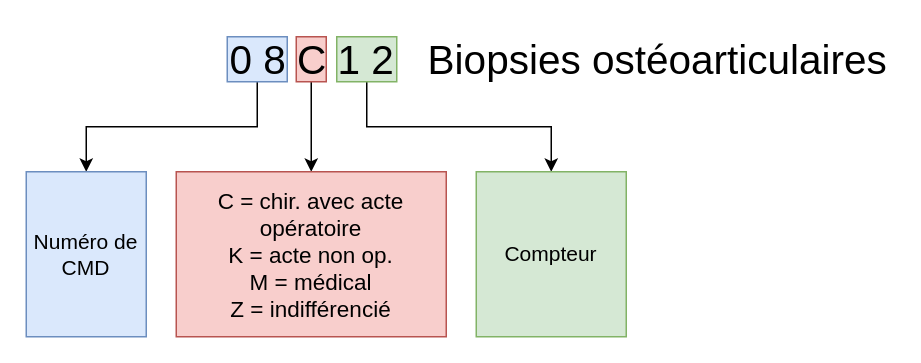
Above: Structure d'un GHM.drawio in eriam/Diagrammes (draw.io), before the change. Source tidied: cells renumbered, new cells numbered last; positions are measured from the earlier drawing's top-left corner, leaving out a move shared by most shapes. Both pictures are drawn from the tidied source at 150%, with x=0, y=0 at pixel (26, 24).
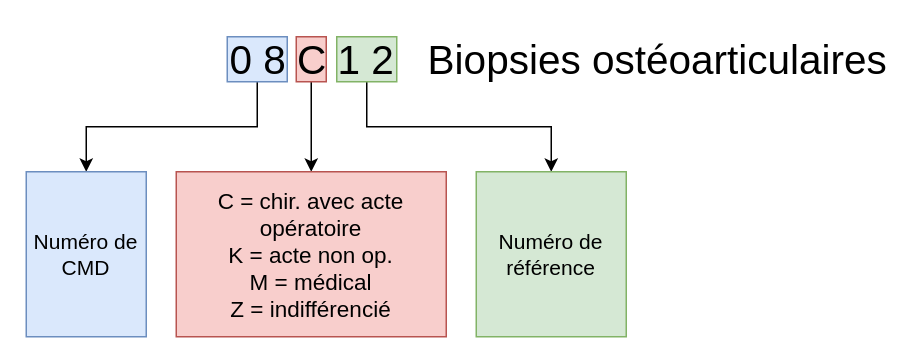
The same diagram, later.

Commit message (it also covers changes not shown here):
Mettre à jour Structure d'un GHM.drawio

The edit, as a diff of the source:
```diff
@@
 <mxGraphModel>
   <root>
     <mxCell id="0" />
     <mxCell id="1" parent="0" />
     <mxCell id="2" style="edgeStyle=orthogonalEdgeStyle;rounded=0;jettySize=auto;html=1;fontSize=27;entryX=0.5;entryY=0;entryDx=0;entryDy=0;" parent="1" edge="1" source="3" target="9">
       <mxGeometry relative="1" as="geometry">
         <Array as="points">
           <mxPoint x="154" y="68" />
           <mxPoint x="40" y="68" />
         </Array>
       </mxGeometry>
     </mxCell>
     <mxCell id="3" style="rounded=0;whiteSpace=wrap;html=1;fontSize=24;fillColor=#dae8fc;strokeColor=#6c8ebf;" parent="1" vertex="1">
       <mxGeometry x="134" y="8" width="40" height="30" as="geometry" />
     </mxCell>
     <mxCell id="4" style="edgeStyle=orthogonalEdgeStyle;rounded=0;jettySize=auto;html=1;fontSize=27;entryX=0.5;entryY=0;entryDx=0;entryDy=0;" parent="1" edge="1" source="5" target="11">
       <mxGeometry relative="1" as="geometry">
         <Array as="points">
           <mxPoint x="227" y="68" />
           <mxPoint x="350" y="68" />
         </Array>
       </mxGeometry>
     </mxCell>
     <mxCell id="5" style="rounded=0;whiteSpace=wrap;html=1;fontSize=24;fillColor=#d5e8d4;strokeColor=#82b366;" parent="1" vertex="1">
       <mxGeometry x="207" y="8" width="40" height="30" as="geometry" />
     </mxCell>
     <mxCell id="6" style="edgeStyle=orthogonalEdgeStyle;rounded=0;jettySize=auto;html=1;fontSize=27;" parent="1" edge="1" source="7" target="10">
       <mxGeometry relative="1" as="geometry" />
     </mxCell>
     <mxCell id="7" style="rounded=0;whiteSpace=wrap;html=1;fontSize=24;fillColor=#f8cecc;strokeColor=#b85450;" parent="1" vertex="1">
       <mxGeometry x="180" y="8" width="20" height="30" as="geometry" />
     </mxCell>
     <mxCell id="8" value="&lt;font style=&quot;font-size: 27px&quot;&gt;0 8 C 1 2 &amp;nbsp; Biopsies ostéoarticulaires&lt;/font&gt;" style="text;whiteSpace=wrap;html=1;" parent="1" vertex="1">
       <mxGeometry x="134" y="0.5" width="445" height="45" as="geometry" />
     </mxCell>
     <mxCell id="9" value="&lt;font style=&quot;font-size: 14px;&quot;&gt;Numéro de CMD&lt;/font&gt;" style="rounded=0;whiteSpace=wrap;html=1;fontSize=14;fillColor=#dae8fc;strokeColor=#6c8ebf;" parent="1" vertex="1">
       <mxGeometry y="98" width="80" height="110" as="geometry" />
     </mxCell>
     <mxCell id="10" value="&lt;font style=&quot;font-size: 15px&quot;&gt;C = chir. avec acte opératoire&lt;br style=&quot;font-size: 15px&quot;&gt;K = acte non op.&lt;br style=&quot;font-size: 15px&quot;&gt;M = médical&lt;br style=&quot;font-size: 15px&quot;&gt;Z = indifférencié&lt;br style=&quot;font-size: 15px&quot;&gt;&lt;/font&gt;" style="rounded=0;whiteSpace=wrap;html=1;fontSize=15;fillColor=#f8cecc;strokeColor=#b85450;" parent="1" vertex="1">
       <mxGeometry x="100" y="98" width="180" height="110" as="geometry" />
     </mxCell>
-    <mxCell id="11" value="Compteur" style="rounded=0;whiteSpace=wrap;html=1;fontSize=14;fillColor=#d5e8d4;strokeColor=#82b366;" parent="1" vertex="1">
+    <mxCell id="11" value="Numéro de référence" style="rounded=0;whiteSpace=wrap;html=1;fontSize=14;fillColor=#d5e8d4;strokeColor=#82b366;" parent="1" vertex="1">
       <mxGeometry x="300" y="98" width="100" height="110" as="geometry" />
     </mxCell>
   </root>
 </mxGraphModel>
```
